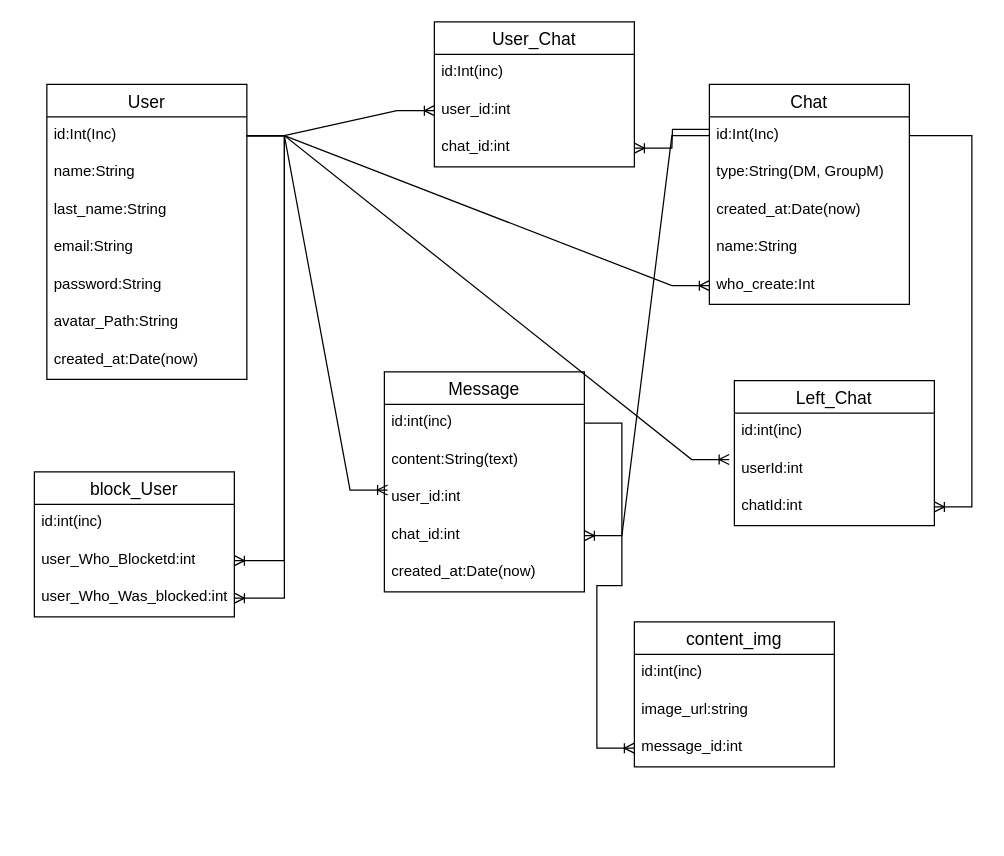
This is Диаграмма без названия.drawio from lam1to/TestChat, a draw.io file, before an edit. Source tidied: cells renumbered, new cells numbered last; positions are measured from the earlier drawing's top-left corner, leaving out a move shared by most shapes. Both pictures are drawn from the tidied source at 125%, with x=0, y=0 at pixel (-154, 21).
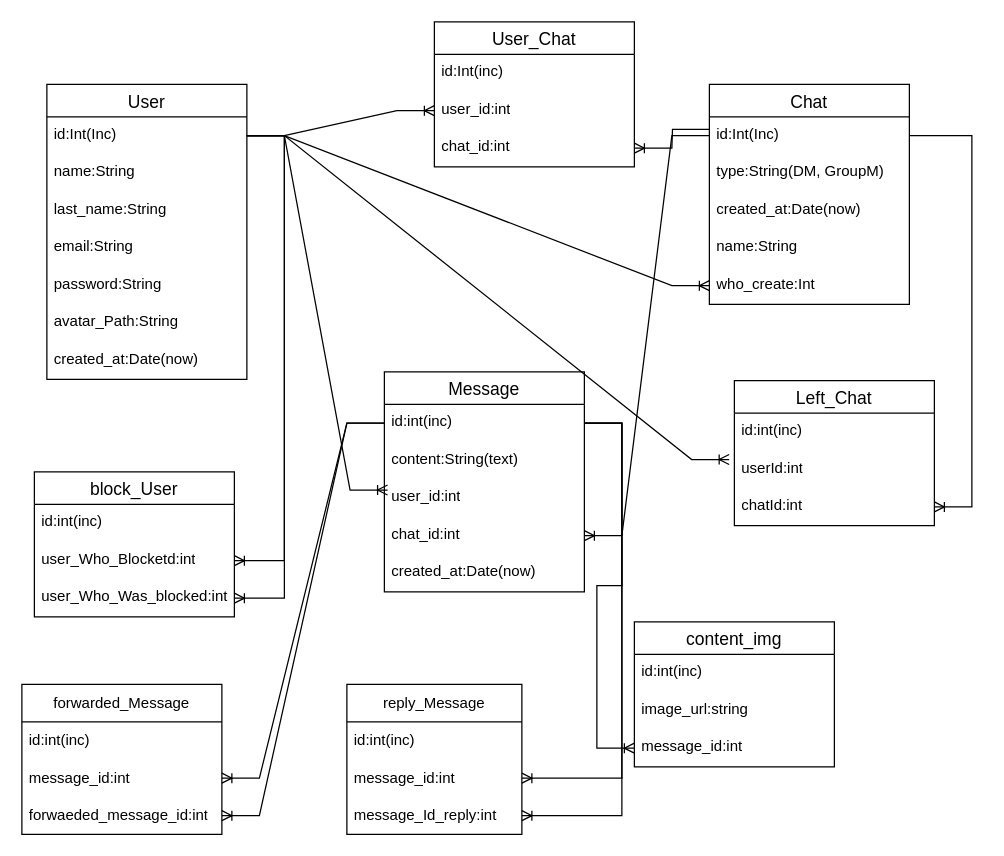
Above is the later version.

Commit message:
replyMessage,forwaedMessage

Unchanged cells that the change refers to:
```xml
<mxCell id="23" value="id:int(inc)" style="text;strokeColor=none;fillColor=none;spacingLeft=4;spacingRight=4;overflow=hidden;points=[[0,0.5],[1,0.5]];portConstraint=eastwest;fontSize=12;whiteSpace=wrap;html=1;" parent="22" vertex="1">
  <mxGeometry y="26" width="160" height="30" as="geometry" />
</mxCell>
```

What changed in the source:
```diff
@@
+    <mxCell id="48" value="forwarded_Message" style="swimlane;fontStyle=0;horizontal=1;startSize=30;whiteSpace=wrap;html=1;" parent="1" vertex="1">
+      <mxGeometry x="140" y="530" width="160" height="120" as="geometry" />
+    </mxCell>
+    <mxCell id="49" value="id:int(inc)" style="text;strokeColor=none;fillColor=none;align=left;verticalAlign=middle;spacingLeft=4;spacingRight=4;overflow=hidden;whiteSpace=wrap;html=1;" parent="48" vertex="1">
+      <mxGeometry y="30" width="160" height="30" as="geometry" />
+    </mxCell>
+    <mxCell id="50" value="message_id:int" style="text;strokeColor=none;fillColor=none;align=left;verticalAlign=middle;spacingLeft=4;spacingRight=4;overflow=hidden;points=[[0,0.5],[1,0.5]];portConstraint=eastwest;whiteSpace=wrap;html=1;" parent="48" vertex="1">
+      <mxGeometry y="60" width="160" height="30" as="geometry" />
+    </mxCell>
+    <mxCell id="51" value="forwaeded_message_id:int" style="text;strokeColor=none;fillColor=none;align=left;verticalAlign=middle;spacingLeft=4;spacingRight=4;overflow=hidden;points=[[0,0.5],[1,0.5]];portConstraint=eastwest;whiteSpace=wrap;html=1;" parent="48" vertex="1">
+      <mxGeometry y="90" width="160" height="30" as="geometry" />
+    </mxCell>
+    <mxCell id="52" value="reply_Message" style="swimlane;fontStyle=0;horizontal=1;startSize=30;whiteSpace=wrap;html=1;" parent="1" vertex="1">
+      <mxGeometry x="400" y="530" width="140" height="120" as="geometry" />
+    </mxCell>
+    <mxCell id="53" value="id:int(inc)" style="text;strokeColor=none;fillColor=none;align=left;verticalAlign=middle;spacingLeft=4;spacingRight=4;overflow=hidden;whiteSpace=wrap;html=1;" parent="52" vertex="1">
+      <mxGeometry y="30" width="140" height="30" as="geometry" />
+    </mxCell>
+    <mxCell id="54" value="message_id:int" style="text;strokeColor=none;fillColor=none;align=left;verticalAlign=middle;spacingLeft=4;spacingRight=4;overflow=hidden;points=[[0,0.5],[1,0.5]];portConstraint=eastwest;whiteSpace=wrap;html=1;" parent="52" vertex="1">
+      <mxGeometry y="60" width="140" height="30" as="geometry" />
+    </mxCell>
+    <mxCell id="55" value="message_Id_reply:int&amp;nbsp;" style="text;strokeColor=none;fillColor=none;align=left;verticalAlign=middle;spacingLeft=4;spacingRight=4;overflow=hidden;points=[[0,0.5],[1,0.5]];portConstraint=eastwest;whiteSpace=wrap;html=1;" parent="52" vertex="1">
+      <mxGeometry y="90" width="140" height="30" as="geometry" />
+    </mxCell>
+    <mxCell id="56" style="edgeStyle=entityRelationEdgeStyle;fontSize=12;html=1;endArrow=ERoneToMany;rounded=0;" parent="1" edge="1" source="23" target="54">
+      <mxGeometry relative="1" as="geometry" />
+    </mxCell>
+    <mxCell id="57" style="edgeStyle=entityRelationEdgeStyle;fontSize=12;html=1;endArrow=ERoneToMany;rounded=0;" parent="1" edge="1" source="23" target="55">
+      <mxGeometry relative="1" as="geometry" />
+    </mxCell>
+    <mxCell id="58" style="edgeStyle=entityRelationEdgeStyle;fontSize=12;html=1;endArrow=ERoneToMany;rounded=0;exitX=0;exitY=0.5;exitDx=0;exitDy=0;" parent="1" edge="1" source="23" target="50">
+      <mxGeometry relative="1" as="geometry" />
+    </mxCell>
+    <mxCell id="59" style="edgeStyle=entityRelationEdgeStyle;fontSize=12;html=1;endArrow=ERoneToMany;rounded=0;" parent="1" edge="1" source="23" target="51">
+      <mxGeometry relative="1" as="geometry" />
+    </mxCell>
```
